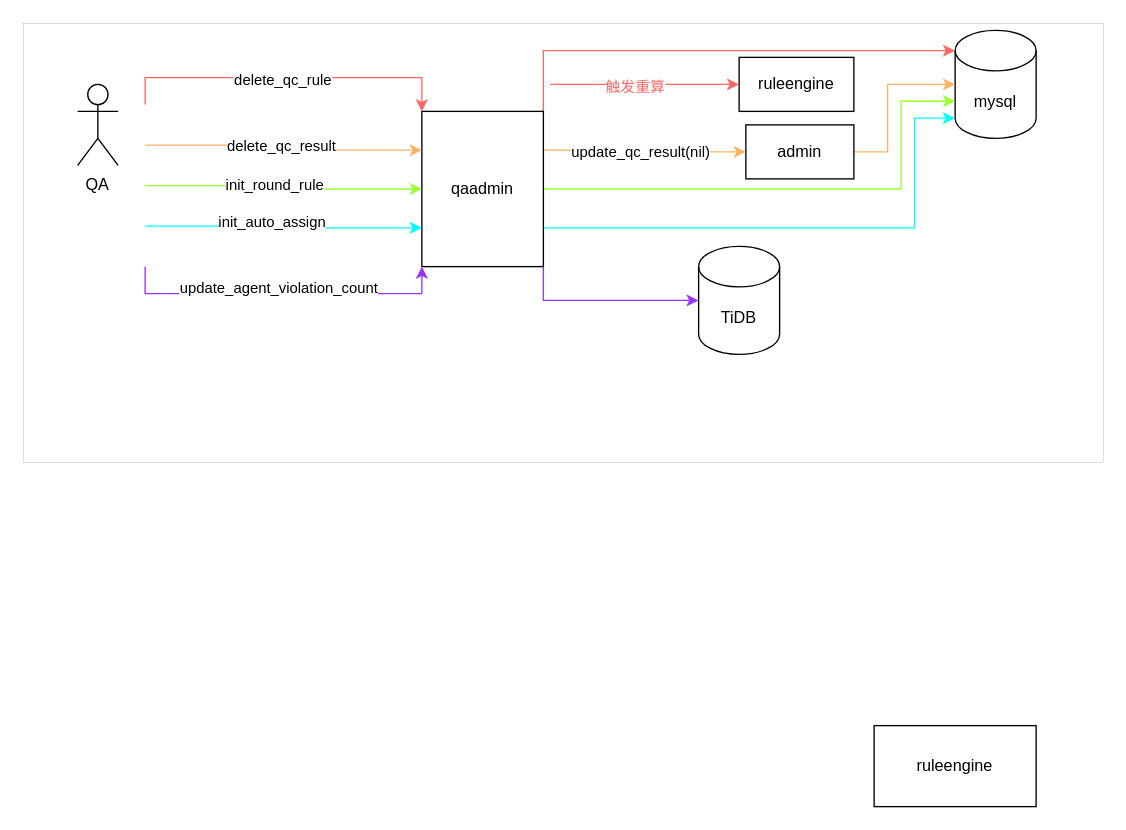
Earlier version of the draw.io diagram Untitled Diagram.drawio (IMSTlsc/gin). Source tidied: cells renumbered, new cells numbered last; positions are measured from the earlier drawing's top-left corner, leaving out a move shared by most shapes. Both pictures are drawn from the tidied source at 135%, with x=0, y=0 at pixel (23, 23).
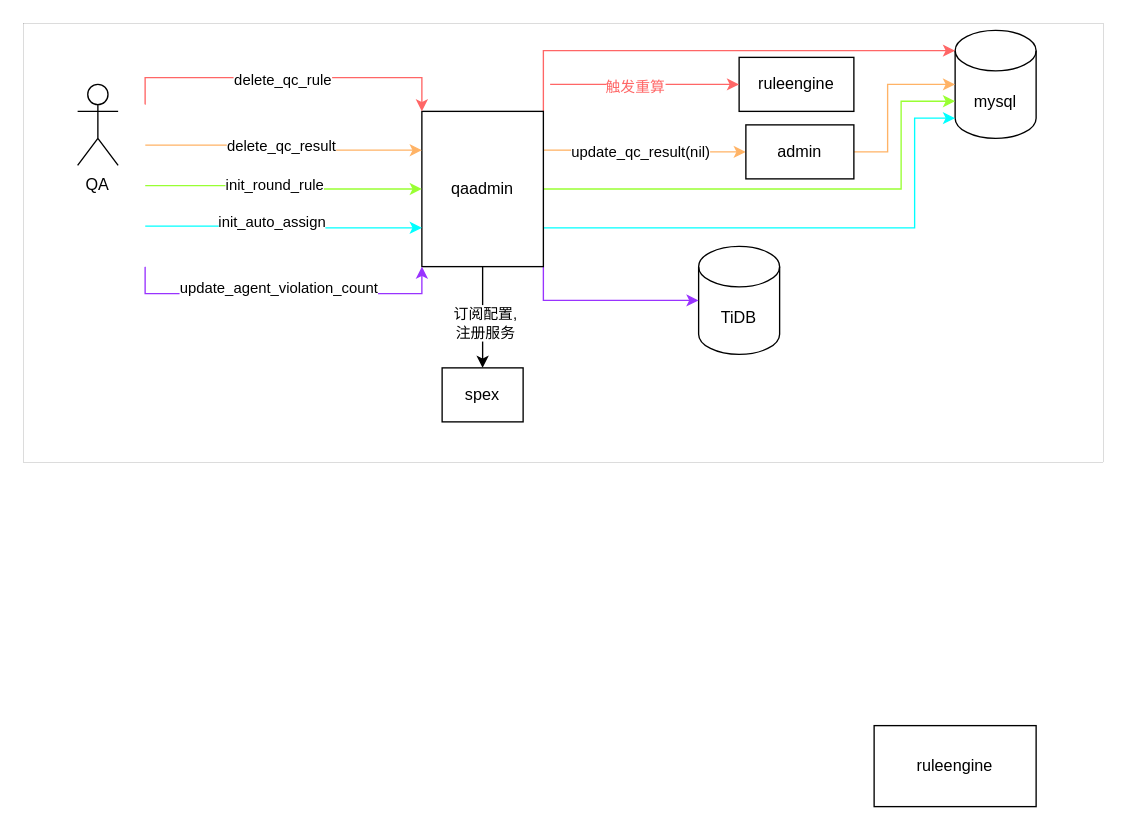
Above is the later version.

The change refers to these unchanged cells:
```xml
<mxCell id="11" value="qaadmin" style="rounded=0;whiteSpace=wrap;html=1;direction=east;" parent="1" vertex="1">
  <mxGeometry x="295" y="65" width="90" height="115" as="geometry" />
</mxCell>
```

The edit, as a diff of the source:
```diff
@@
+    <mxCell id="30" style="edgeStyle=orthogonalEdgeStyle;rounded=0;jettySize=auto;html=1;exitX=0.5;exitY=1;exitDx=0;exitDy=0;entryX=0.5;entryY=0;entryDx=0;entryDy=0;" parent="1" edge="1" source="11" target="32">
+      <mxGeometry relative="1" as="geometry" />
+    </mxCell>
+    <mxCell id="31" value="订阅配置,&lt;br&gt;注册服务" style="edgeLabel;html=1;align=center;verticalAlign=middle;" parent="30" vertex="1">
+      <mxGeometry x="0.1" y="1" relative="1" as="geometry" />
+    </mxCell>
@@
+    <mxCell id="32" value="spex" style="rounded=0;whiteSpace=wrap;html=1;" parent="1" vertex="1">
+      <mxGeometry x="310" y="255" width="60" height="40" as="geometry" />
+    </mxCell>
```
